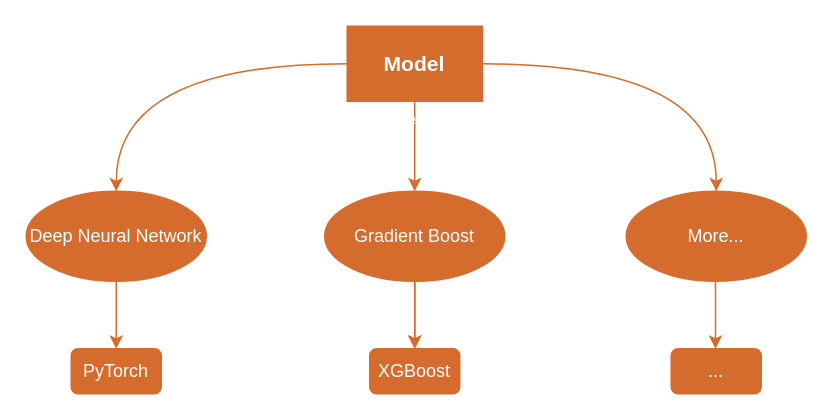
Above: Draw.io/Team-10 Models based on DL and XGBoost.drawio in kang-theo/Storage (draw.io), before the change. Source tidied: cells renumbered, new cells numbered last; positions are measured from the earlier drawing's top-left corner, leaving out a move shared by most shapes. Both pictures are drawn from the tidied source at 150%, with x=0, y=0 at pixel (26, 26).
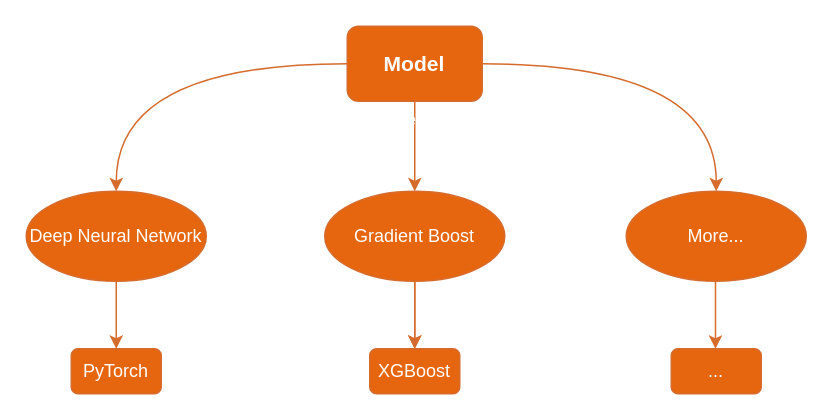
After the change.

What changed in the source:
```diff
@@
 <mxGraphModel>
   <root>
     <mxCell id="0" />
     <mxCell id="1" parent="0" />
     <mxCell id="2" style="edgeStyle=orthogonalEdgeStyle;rounded=0;jettySize=auto;html=1;fillColor=#De894E;strokeColor=#D56C2D;curved=1;exitX=0;exitY=0.5;exitDx=0;exitDy=0;fontColor=#FFFFFF;" parent="1" edge="1" source="13" target="6">
       <mxGeometry relative="1" as="geometry" />
     </mxCell>
     <mxCell id="3" style="edgeStyle=orthogonalEdgeStyle;rounded=0;jettySize=auto;html=1;fillColor=#De894E;strokeColor=#D56C2D;curved=1;exitX=0.5;exitY=1;exitDx=0;exitDy=0;fontColor=#FFFFFF;" parent="1" edge="1" source="13" target="9">
       <mxGeometry relative="1" as="geometry" />
     </mxCell>
     <mxCell id="4" value="Based on" style="edgeLabel;align=center;verticalAlign=middle;labelBorderColor=none;html=1;labelBackgroundColor=none;fillColor=#De894E;fontColor=#FFFFFF;" parent="3" vertex="1">
       <mxGeometry x="-0.68" y="1" relative="1" as="geometry">
         <mxPoint x="-3" y="1" as="offset" />
       </mxGeometry>
     </mxCell>
     <mxCell id="5" style="edgeStyle=orthogonalEdgeStyle;rounded=0;jettySize=auto;html=1;fillColor=#De894E;strokeColor=#D56C2D;curved=1;fontColor=#FFFFFF;" parent="1" edge="1" source="6" target="10">
       <mxGeometry relative="1" as="geometry" />
     </mxCell>
-    <mxCell id="6" value="Deep Neural Network" style="ellipse;whiteSpace=wrap;html=1;rounded=0;fillColor=#D56C2D;fontColor=#FFFFFF;strokeColor=#D56C2D;" parent="1" vertex="1">
+    <mxCell id="6" value="Deep Neural Network" style="ellipse;whiteSpace=wrap;html=1;rounded=0;fillColor=#E6650F;fontColor=#FFFFFF;strokeColor=#D56C2D;" parent="1" vertex="1">
       <mxGeometry y="110" width="120" height="60" as="geometry" />
     </mxCell>
     <mxCell id="7" style="edgeStyle=orthogonalEdgeStyle;rounded=0;jettySize=auto;html=1;fillColor=#De894E;strokeColor=#D56C2D;curved=1;fontColor=#FFFFFF;" parent="1" edge="1" source="9" target="11">
       <mxGeometry relative="1" as="geometry" />
     </mxCell>
     <mxCell id="8" style="edgeStyle=orthogonalEdgeStyle;curved=1;jettySize=auto;html=1;strokeColor=#D56C2D;fontColor=#FFFFFF;" parent="1" edge="1" source="9" target="11">
       <mxGeometry relative="1" as="geometry" />
     </mxCell>
-    <mxCell id="9" value="Gradient Boost" style="ellipse;whiteSpace=wrap;html=1;rounded=0;fillColor=#D56C2D;fontColor=#FFFFFF;strokeColor=#D56C2D;" parent="1" vertex="1">
+    <mxCell id="9" value="Gradient Boost" style="ellipse;whiteSpace=wrap;html=1;rounded=0;fillColor=#E6650F;fontColor=#FFFFFF;strokeColor=#D56C2D;" parent="1" vertex="1">
       <mxGeometry x="199" y="110" width="120" height="60" as="geometry" />
     </mxCell>
-    <mxCell id="10" value="PyTorch" style="text;html=1;strokeColor=#D56C2D;fillColor=#D56C2D;align=center;verticalAlign=middle;whiteSpace=wrap;rounded=1;fontColor=#FFFFFF;shadow=0;glass=0;" parent="1" vertex="1">
+    <mxCell id="10" value="PyTorch" style="text;html=1;strokeColor=#D56C2D;fillColor=#E6650F;align=center;verticalAlign=middle;whiteSpace=wrap;rounded=1;fontColor=#FFFFFF;shadow=0;glass=0;" parent="1" vertex="1">
       <mxGeometry x="30" y="215" width="60" height="30" as="geometry" />
     </mxCell>
-    <mxCell id="11" value="XGBoost" style="text;html=1;strokeColor=#D56C2D;fillColor=#D56C2D;align=center;verticalAlign=middle;whiteSpace=wrap;rounded=1;fontColor=#FFFFFF;" parent="1" vertex="1">
+    <mxCell id="11" value="XGBoost" style="text;html=1;strokeColor=#D56C2D;fillColor=#E6650F;align=center;verticalAlign=middle;whiteSpace=wrap;rounded=1;fontColor=#FFFFFF;" parent="1" vertex="1">
       <mxGeometry x="229" y="215" width="60" height="30" as="geometry" />
     </mxCell>
     <mxCell id="12" style="edgeStyle=orthogonalEdgeStyle;rounded=0;jettySize=auto;html=1;fillColor=#De894E;strokeColor=#D56C2D;curved=1;exitX=1;exitY=0.5;exitDx=0;exitDy=0;entryX=0.5;entryY=0;entryDx=0;entryDy=0;fontColor=#FFFFFF;" parent="1" edge="1" source="13" target="14">
       <mxGeometry relative="1" as="geometry" />
     </mxCell>
-    <mxCell id="13" value="&lt;h3&gt;Model&lt;/h3&gt;" style="rounded=0;whiteSpace=wrap;html=1;fillColor=#D56C2D;fontColor=#FFFFFF;strokeColor=#D56C2D;" parent="1" vertex="1">
+    <mxCell id="13" value="&lt;h3&gt;Model&lt;/h3&gt;" style="rounded=1;whiteSpace=wrap;html=1;fillColor=#E6650F;fontColor=#FFFFFF;strokeColor=#D56C2D;glass=0;shadow=0;sketch=0;" parent="1" vertex="1">
       <mxGeometry x="214" width="90" height="50" as="geometry" />
     </mxCell>
-    <mxCell id="14" value="More..." style="ellipse;whiteSpace=wrap;html=1;rounded=0;fillColor=#D56C2D;fontColor=#FFFFFF;strokeColor=#D56C2D;" parent="1" vertex="1">
+    <mxCell id="14" value="More..." style="ellipse;whiteSpace=wrap;html=1;rounded=0;fillColor=#E6650F;fontColor=#FFFFFF;strokeColor=#D56C2D;" parent="1" vertex="1">
       <mxGeometry x="400" y="110" width="120" height="60" as="geometry" />
     </mxCell>
-    <mxCell id="15" value="..." style="text;html=1;strokeColor=#D56C2D;fillColor=#D56C2D;align=center;verticalAlign=middle;whiteSpace=wrap;rounded=1;fontColor=#FFFFFF;" parent="1" vertex="1">
+    <mxCell id="15" value="..." style="text;html=1;strokeColor=#D56C2D;fillColor=#E6650F;align=center;verticalAlign=middle;whiteSpace=wrap;rounded=1;fontColor=#FFFFFF;" parent="1" vertex="1">
       <mxGeometry x="430" y="215" width="60" height="30" as="geometry" />
     </mxCell>
     <mxCell id="16" style="edgeStyle=orthogonalEdgeStyle;curved=1;orthogonalLoop=1;jettySize=auto;html=1;strokeColor=#D56C2D;fontColor=#FFFFFF;" parent="1" edge="1">
       <mxGeometry relative="1" as="geometry">
         <mxPoint x="459.5" y="170" as="sourcePoint" />
         <mxPoint x="459.5" y="215" as="targetPoint" />
       </mxGeometry>
     </mxCell>
   </root>
 </mxGraphModel>
```
